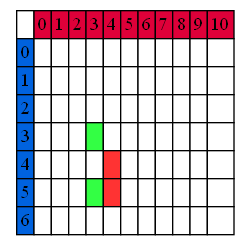
Above: Matriz.png in MarisolPs618/IPC2_Proyecto1_202112395 (Graphviz), before the change. Its source is kept beside it as Matriz.dot.
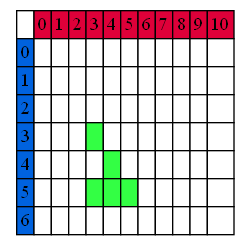
After the commit.

The edit, as a diff of the source:
```diff
@@ -79,7 +79,7 @@
 <td bgcolor="white"></td>
 <td bgcolor="white"></td>
 <td bgcolor="white"></td>
-<td bgcolor="#FF3333"></td>
+<td bgcolor="#33FF44"></td>
 <td bgcolor="white"></td>
 <td bgcolor="white"></td>
 <td bgcolor="white"></td>
@@ -93,8 +93,8 @@
 <td bgcolor="white"></td>
 <td bgcolor="white"></td>
 <td bgcolor="#33FF44"></td>
-<td bgcolor="#FF3333"></td>
-<td bgcolor="white"></td>
+<td bgcolor="#33FF44"></td>
+<td bgcolor="#33FF44"></td>
 <td bgcolor="white"></td>
 <td bgcolor="white"></td>
 <td bgcolor="white"></td>
```
